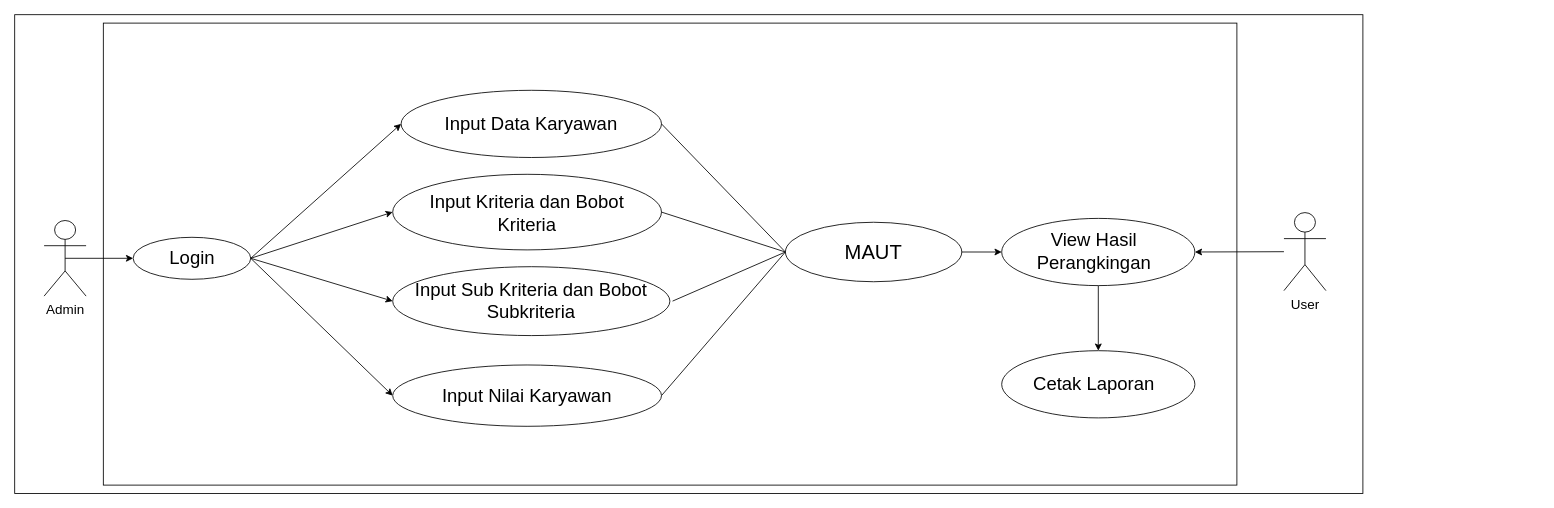
Above: MAIN/usecase/useCase.drawio in ovanzaimul/UjianMeja (draw.io), before the change. Source tidied: cells renumbered, new cells numbered last; positions are measured from the earlier drawing's top-left corner, leaving out a move shared by most shapes. Both pictures are drawn from the tidied source at 84%, with x=0, y=0 at pixel (14, 14).
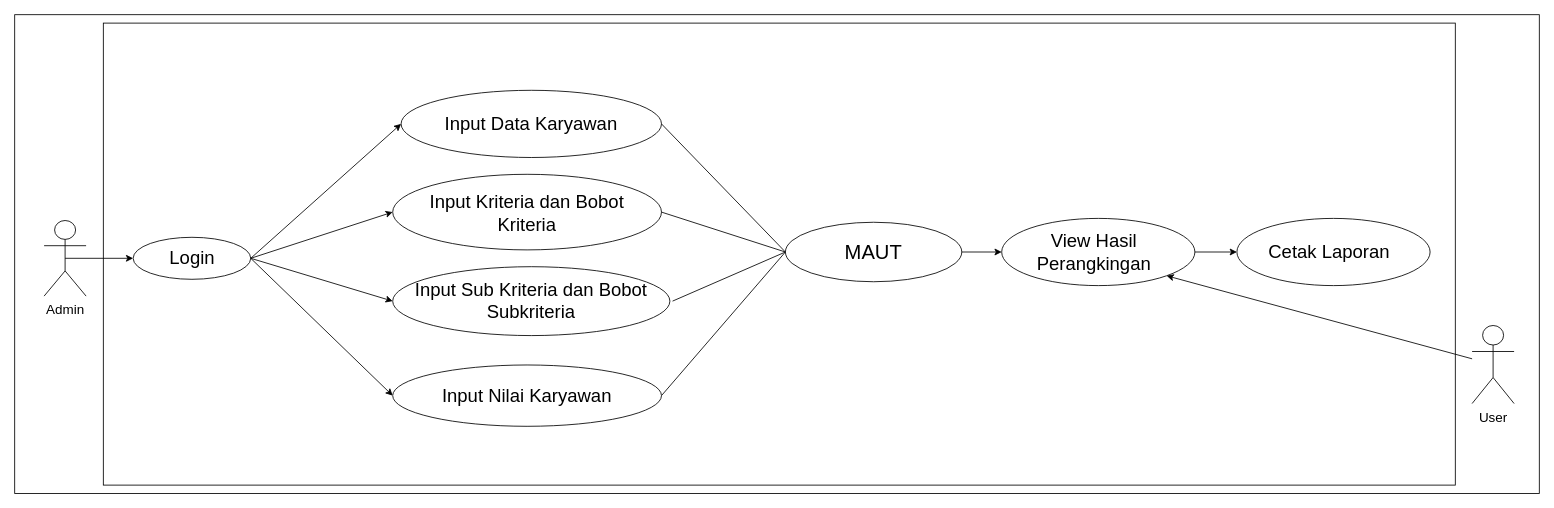
Above is the later version.

Unchanged cells that the change refers to:
```xml
<mxCell id="29" style="ellipse;whiteSpace=wrap;html=1;" parent="1" vertex="1">
  <mxGeometry x="1175" y="242.5" width="230" height="80" as="geometry" />
</mxCell>
```

Change to the diagram source:
```diff
@@
     <mxCell id="2" style="rounded=0;whiteSpace=wrap;html=1;" parent="1" vertex="1">
-      <mxGeometry width="1605" height="570" as="geometry" />
+      <mxGeometry width="1815" height="570" as="geometry" />
     </mxCell>
@@
     <mxCell id="4" style="rounded=0;whiteSpace=wrap;html=1;" parent="1" vertex="1">
-      <mxGeometry x="105.5" y="10" width="1349.5" height="550" as="geometry" />
+      <mxGeometry x="105.5" y="10" width="1609.5" height="550" as="geometry" />
     </mxCell>
@@
-    <mxCell id="28" style="edgeStyle=none;rounded=0;jettySize=auto;html=1;entryX=0.5;entryY=0;entryDx=0;entryDy=0;endArrow=classic;endFill=1;" parent="1" edge="1" source="29" target="31">
+    <mxCell id="28" style="edgeStyle=orthogonalEdgeStyle;rounded=0;jettySize=auto;html=1;exitX=1;exitY=0.5;exitDx=0;exitDy=0;" parent="1" edge="1" source="29" target="31">
       <mxGeometry relative="1" as="geometry" />
     </mxCell>
@@
     <mxCell id="30" value="&lt;font style=&quot;font-size: 22px&quot;&gt;View Hasil Perangkingan&lt;/font&gt;" style="text;html=1;strokeColor=none;fillColor=none;align=center;verticalAlign=middle;whiteSpace=wrap;rounded=0;" parent="1" vertex="1">
-      <mxGeometry x="1205" y="272" width="160" height="20" as="geometry" />
+      <mxGeometry x="1205" y="272.5" width="160" height="20" as="geometry" />
     </mxCell>
     <mxCell id="31" style="ellipse;whiteSpace=wrap;html=1;" parent="1" vertex="1">
-      <mxGeometry x="1175" y="400" width="230" height="80" as="geometry" />
+      <mxGeometry x="1455" y="242.5" width="230" height="80" as="geometry" />
     </mxCell>
     <mxCell id="32" value="&lt;span style=&quot;font-size: 22px&quot;&gt;Cetak Laporan&lt;/span&gt;" style="text;html=1;strokeColor=none;fillColor=none;align=center;verticalAlign=middle;whiteSpace=wrap;rounded=0;" parent="1" vertex="1">
-      <mxGeometry x="1205" y="429.5" width="160" height="20" as="geometry" />
+      <mxGeometry x="1485" y="272.5" width="160" height="20" as="geometry" />
     </mxCell>
-    <mxCell id="33" style="edgeStyle=none;rounded=0;jettySize=auto;html=1;entryX=1;entryY=0.5;entryDx=0;entryDy=0;endArrow=classic;endFill=1;" parent="1" edge="1" source="34" target="29">
+    <mxCell id="33" style="edgeStyle=none;rounded=0;jettySize=auto;html=1;entryX=1;entryY=1;entryDx=0;entryDy=0;endArrow=classic;endFill=1;" parent="1" edge="1" source="34" target="29">
       <mxGeometry relative="1" as="geometry" />
     </mxCell>
     <mxCell id="34" value="&lt;font style=&quot;font-size: 16px&quot;&gt;User&lt;/font&gt;" style="shape=umlActor;verticalLabelPosition=bottom;verticalAlign=top;html=1;outlineConnect=0;" parent="1" vertex="1">
-      <mxGeometry x="1511" y="235.6" width="50" height="92.9" as="geometry" />
+      <mxGeometry x="1735" y="370" width="50" height="92.9" as="geometry" />
     </mxCell>
```
